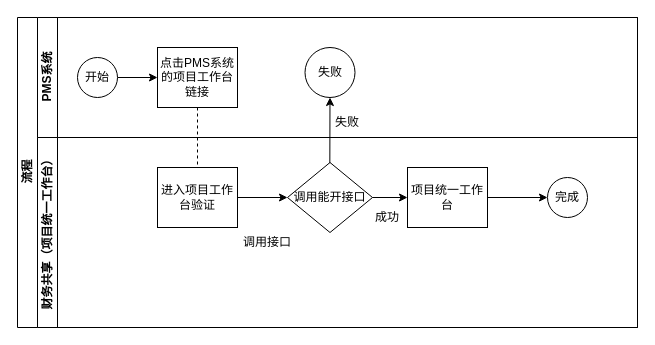
Earlier version of the draw.io diagram 未命名绘图.drawio (houpi01/maventest). Source tidied: cells renumbered, new cells numbered last; positions are measured from the earlier drawing's top-left corner, leaving out a move shared by most shapes. Both pictures are drawn from the tidied source at 100%, with x=0, y=0 at pixel (17, 17).
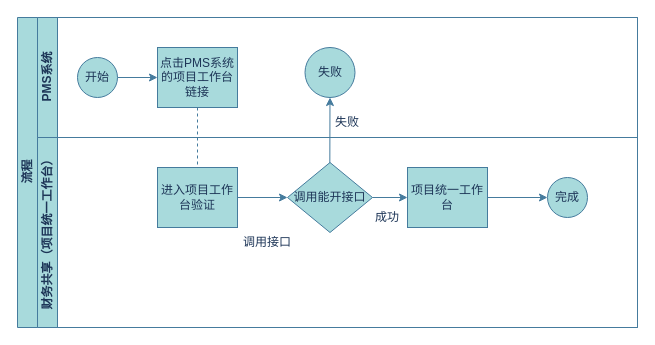
After the change.

Commit message (it also covers changes not shown here):
更新未命名绘图.drawio

The edit, as a diff of the source:
```diff
@@
-    <mxCell id="2" value="流程" style="swimlane;html=1;horizontal=0;startSize=20;" parent="1" vertex="1">
+    <mxCell id="2" value="流程" style="swimlane;html=1;horizontal=0;startSize=20;labelBackgroundColor=none;fillColor=#A8DADC;strokeColor=#457B9D;fontColor=#1D3557;" parent="1" vertex="1">
       <mxGeometry width="620" height="310" as="geometry" />
     </mxCell>
-    <mxCell id="3" style="edgeStyle=orthogonalEdgeStyle;rounded=0;jettySize=auto;html=1;dashed=1;endArrow=none;endFill=0;" parent="2" edge="1" source="7" target="13">
+    <mxCell id="3" style="edgeStyle=orthogonalEdgeStyle;rounded=0;jettySize=auto;html=1;dashed=1;endArrow=none;endFill=0;labelBackgroundColor=none;strokeColor=#457B9D;fontColor=default;" parent="2" edge="1" source="7" target="13">
       <mxGeometry relative="1" as="geometry" />
     </mxCell>
-    <mxCell id="4" value="PMS系统" style="swimlane;html=1;startSize=20;horizontal=0;" parent="2" vertex="1">
+    <mxCell id="4" value="PMS系统" style="swimlane;html=1;startSize=20;horizontal=0;labelBackgroundColor=none;fillColor=#A8DADC;strokeColor=#457B9D;fontColor=#1D3557;" parent="2" vertex="1">
       <mxGeometry x="20" width="600" height="120" as="geometry" />
     </mxCell>
-    <mxCell id="5" style="edgeStyle=orthogonalEdgeStyle;rounded=0;jettySize=auto;html=1;" parent="4" edge="1" source="6" target="7">
+    <mxCell id="5" style="edgeStyle=orthogonalEdgeStyle;rounded=0;jettySize=auto;html=1;labelBackgroundColor=none;strokeColor=#457B9D;fontColor=default;" parent="4" edge="1" source="6" target="7">
       <mxGeometry relative="1" as="geometry" />
     </mxCell>
-    <mxCell id="6" value="开始" style="ellipse;whiteSpace=wrap;html=1;" parent="4" vertex="1">
+    <mxCell id="6" value="开始" style="ellipse;whiteSpace=wrap;html=1;labelBackgroundColor=none;fillColor=#A8DADC;strokeColor=#457B9D;fontColor=#1D3557;" parent="4" vertex="1">
       <mxGeometry x="40" y="40" width="40" height="40" as="geometry" />
     </mxCell>
-    <mxCell id="7" value="点击PMS系统的项目工作台链接" style="rounded=0;whiteSpace=wrap;html=1;fontFamily=Helvetica;fontSize=12;fontColor=#000000;align=center;" parent="4" vertex="1">
+    <mxCell id="7" value="点击PMS系统的项目工作台链接" style="rounded=0;whiteSpace=wrap;html=1;fontFamily=Helvetica;fontSize=12;fontColor=#1D3557;align=center;labelBackgroundColor=none;fillColor=#A8DADC;strokeColor=#457B9D;" parent="4" vertex="1">
       <mxGeometry x="120" y="30" width="80" height="60" as="geometry" />
     </mxCell>
-    <mxCell id="8" value="失败" style="ellipse;whiteSpace=wrap;html=1;" parent="4" vertex="1">
+    <mxCell id="8" value="失败" style="ellipse;whiteSpace=wrap;html=1;labelBackgroundColor=none;fillColor=#A8DADC;strokeColor=#457B9D;fontColor=#1D3557;" parent="4" vertex="1">
       <mxGeometry x="267.5" y="30" width="50" height="50" as="geometry" />
     </mxCell>
-    <mxCell id="9" value="失败" style="text;html=1;align=center;verticalAlign=middle;whiteSpace=wrap;rounded=0;" parent="4" vertex="1">
+    <mxCell id="9" value="失败" style="text;html=1;align=center;verticalAlign=middle;whiteSpace=wrap;rounded=0;labelBackgroundColor=none;fontColor=#1D3557;" parent="4" vertex="1">
       <mxGeometry x="280" y="90" width="60" height="30" as="geometry" />
     </mxCell>
-    <mxCell id="10" style="endArrow=classic;html=1;rounded=0;exitX=0.498;exitY=0.026;exitDx=0;exitDy=0;exitPerimeter=0;" parent="2" edge="1" source="14" target="8">
+    <mxCell id="10" style="endArrow=classic;html=1;rounded=0;exitX=0.498;exitY=0.026;exitDx=0;exitDy=0;exitPerimeter=0;labelBackgroundColor=none;strokeColor=#457B9D;fontColor=default;" parent="2" edge="1" source="14" target="8">
       <mxGeometry relative="1" as="geometry" />
     </mxCell>
-    <mxCell id="11" value="财务共享（项目统一工作台）" style="swimlane;html=1;startSize=20;horizontal=0;" parent="2" vertex="1">
+    <mxCell id="11" value="财务共享（项目统一工作台）" style="swimlane;html=1;startSize=20;horizontal=0;labelBackgroundColor=none;fillColor=#A8DADC;strokeColor=#457B9D;fontColor=#1D3557;" parent="2" vertex="1">
       <mxGeometry x="20" y="120" width="600" height="190" as="geometry" />
     </mxCell>
-    <mxCell id="12" style="edgeStyle=orthogonalEdgeStyle;rounded=0;jettySize=auto;html=1;endArrow=classic;endFill=1;" parent="11" edge="1" source="13" target="14">
+    <mxCell id="12" style="edgeStyle=orthogonalEdgeStyle;rounded=0;jettySize=auto;html=1;endArrow=classic;endFill=1;labelBackgroundColor=none;strokeColor=#457B9D;fontColor=default;" parent="11" edge="1" source="13" target="14">
       <mxGeometry relative="1" as="geometry" />
     </mxCell>
-    <mxCell id="13" value="进入项目工作台验证" style="rounded=0;whiteSpace=wrap;html=1;fontFamily=Helvetica;fontSize=12;fontColor=#000000;align=center;" parent="11" vertex="1">
+    <mxCell id="13" value="进入项目工作台验证" style="rounded=0;whiteSpace=wrap;html=1;fontFamily=Helvetica;fontSize=12;fontColor=#1D3557;align=center;labelBackgroundColor=none;fillColor=#A8DADC;strokeColor=#457B9D;" parent="11" vertex="1">
       <mxGeometry x="120" y="30" width="80" height="60" as="geometry" />
     </mxCell>
-    <mxCell id="14" value="调用能开接口" style="rhombus;whiteSpace=wrap;html=1;fontFamily=Helvetica;fontSize=12;fontColor=#000000;align=center;" parent="11" vertex="1">
+    <mxCell id="14" value="调用能开接口" style="rhombus;whiteSpace=wrap;html=1;fontFamily=Helvetica;fontSize=12;fontColor=#1D3557;align=center;labelBackgroundColor=none;fillColor=#A8DADC;strokeColor=#457B9D;" parent="11" vertex="1">
       <mxGeometry x="250" y="25" width="85" height="70" as="geometry" />
     </mxCell>
-    <mxCell id="15" value="项目统一工作台" style="rounded=0;whiteSpace=wrap;html=1;fontFamily=Helvetica;fontSize=12;fontColor=#000000;align=center;" parent="11" vertex="1">
+    <mxCell id="15" value="项目统一工作台" style="rounded=0;whiteSpace=wrap;html=1;fontFamily=Helvetica;fontSize=12;fontColor=#1D3557;align=center;labelBackgroundColor=none;fillColor=#A8DADC;strokeColor=#457B9D;" parent="11" vertex="1">
       <mxGeometry x="370" y="30" width="80" height="60" as="geometry" />
     </mxCell>
-    <mxCell id="16" style="edgeStyle=orthogonalEdgeStyle;rounded=0;jettySize=auto;html=1;endArrow=classic;endFill=1;" parent="11" edge="1" source="14" target="15">
+    <mxCell id="16" style="edgeStyle=orthogonalEdgeStyle;rounded=0;jettySize=auto;html=1;endArrow=classic;endFill=1;labelBackgroundColor=none;strokeColor=#457B9D;fontColor=default;" parent="11" edge="1" source="14" target="15">
       <mxGeometry relative="1" as="geometry" />
     </mxCell>
-    <mxCell id="17" value="完成" style="ellipse;whiteSpace=wrap;html=1;" parent="11" vertex="1">
+    <mxCell id="17" value="完成" style="ellipse;whiteSpace=wrap;html=1;labelBackgroundColor=none;fillColor=#A8DADC;strokeColor=#457B9D;fontColor=#1D3557;" parent="11" vertex="1">
       <mxGeometry x="510" y="40" width="40" height="40" as="geometry" />
     </mxCell>
-    <mxCell id="18" style="edgeStyle=orthogonalEdgeStyle;rounded=0;jettySize=auto;html=1;endArrow=classic;endFill=1;" parent="11" edge="1" source="15" target="17">
+    <mxCell id="18" style="edgeStyle=orthogonalEdgeStyle;rounded=0;jettySize=auto;html=1;endArrow=classic;endFill=1;labelBackgroundColor=none;strokeColor=#457B9D;fontColor=default;" parent="11" edge="1" source="15" target="17">
       <mxGeometry relative="1" as="geometry" />
     </mxCell>
-    <mxCell id="19" value="调用接口" style="text;html=1;align=center;verticalAlign=middle;whiteSpace=wrap;rounded=0;" parent="11" vertex="1">
+    <mxCell id="19" value="调用接口" style="text;html=1;align=center;verticalAlign=middle;whiteSpace=wrap;rounded=0;labelBackgroundColor=none;fontColor=#1D3557;" parent="11" vertex="1">
       <mxGeometry x="200" y="90" width="60" height="30" as="geometry" />
     </mxCell>
-    <mxCell id="20" value="成功" style="text;html=1;align=center;verticalAlign=middle;whiteSpace=wrap;rounded=0;" parent="11" vertex="1">
+    <mxCell id="20" value="成功" style="text;html=1;align=center;verticalAlign=middle;whiteSpace=wrap;rounded=0;labelBackgroundColor=none;fontColor=#1D3557;" parent="11" vertex="1">
       <mxGeometry x="320" y="65" width="60" height="30" as="geometry" />
     </mxCell>
```
